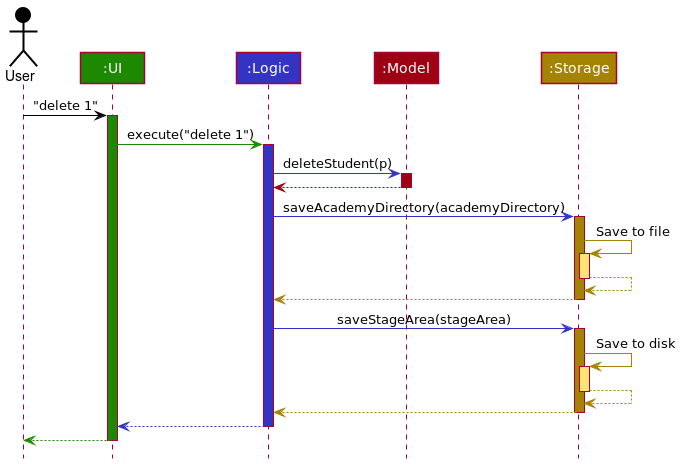
Above: docs/images/dg/architecture/ArchitectureSequenceDiagram.png in nus-cs2103-AY2122S1/tp (PlantUML), before the change.
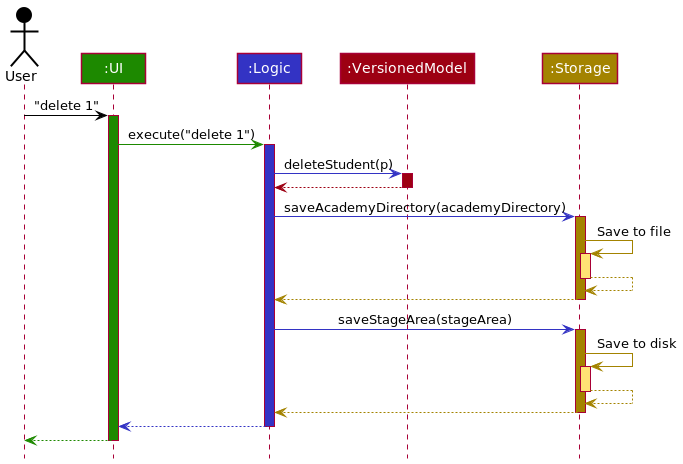
The same file after the commit.

Commit message:
Update DeveloperGuide Model -> VersionedModel in all diagram

Diff of the diagram source:
```diff
@@ -4,7 +4,7 @@
 Actor User as user USER_COLOR
 Participant ":UI" as ui UI_COLOR
 Participant ":Logic" as logic LOGIC_COLOR
-Participant ":Model" as model MODEL_COLOR
+Participant ":VersionedModel" as model MODEL_COLOR
 Participant ":Storage" as storage STORAGE_COLOR
 
 user -[USER_COLOR]> ui : "delete 1"
```
